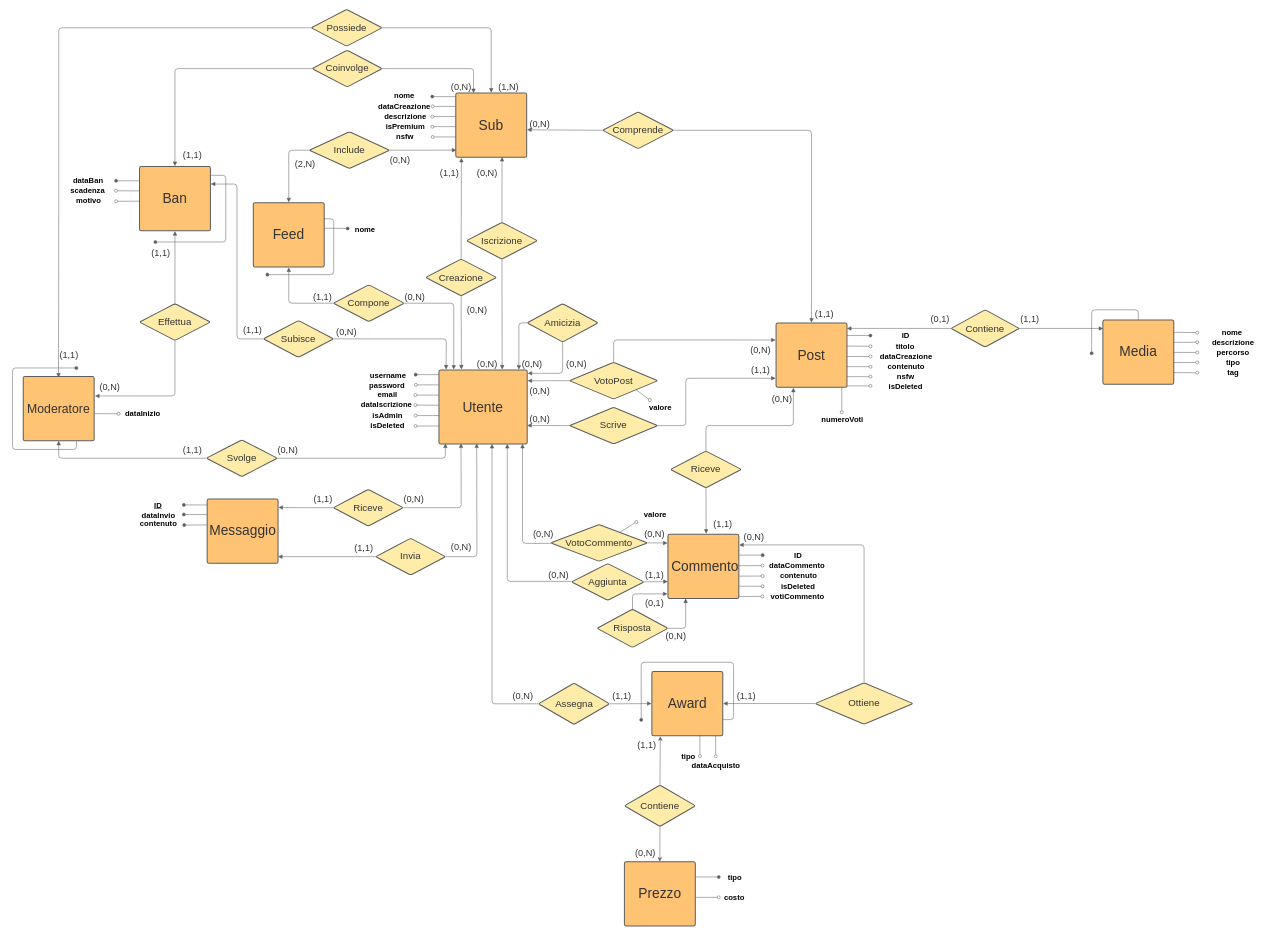
The draw.io diagram Diagramma senza titolo.drawio in LucaPolese/Leddit, before the edit. Source tidied: cells renumbered, new cells numbered last; positions are measured from the earlier drawing's top-left corner, leaving out a move shared by most shapes. Both pictures are drawn from the tidied source at 51%, with x=0, y=0 at pixel (12, 9).
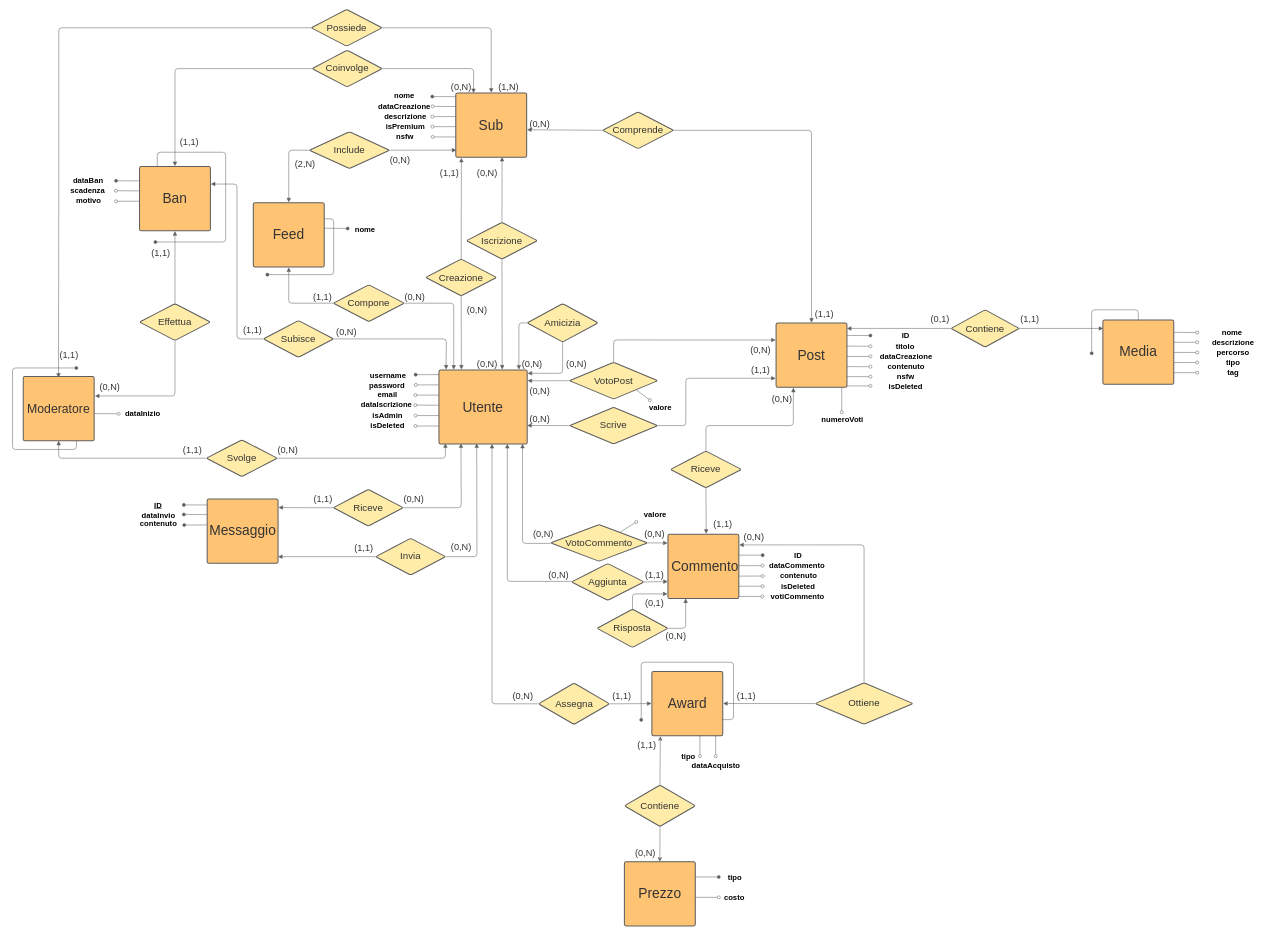
Above is the later version.

The change refers to these unchanged cells:
```xml
<mxCell id="27" value="Ban" style="html=1;overflow=block;blockSpacing=1;whiteSpace=wrap;whiteSpace=wrap;fontSize=27;fontColor=#333333;align=center;spacing=7;strokeColor=#5e5e5e;strokeOpacity=100;fillOpacity=100;rounded=1;absoluteArcSize=1;arcSize=7;fillColor=#ffc374;strokeWidth=2;" parent="1" vertex="1">
  <mxGeometry x="249.1" y="308" width="139" height="126" as="geometry" />
</mxCell>
```

What changed in the source:
```diff
@@
-    <mxCell id="122" value="(1,1)" style="html=1;overflow=block;blockSpacing=1;whiteSpace=wrap;strokeColor=none;fillColor=none;whiteSpace=wrap;fontSize=18;fontColor=#333333;align=center;spacing=0;strokeOpacity=100;fillOpacity=100;rounded=1;absoluteArcSize=1;arcSize=7;strokeWidth=2;" parent="1" vertex="1">
-      <mxGeometry x="332.1" y="273" width="42" height="25" as="geometry" />
+    <mxCell id="122" value="(1,1)" style="html=1;overflow=block;blockSpacing=1;whiteSpace=wrap;strokeColor=none;fillColor=none;whiteSpace=wrap;fontSize=18;fontColor=#333333;align=center;spacing=0;strokeOpacity=100;fillOpacity=100;rounded=1;absoluteArcSize=1;arcSize=39;strokeWidth=2;" parent="1" vertex="1">
+      <mxGeometry x="326" y="248" width="42" height="25" as="geometry" />
     </mxCell>
@@
-    <mxCell id="183" style="html=1;jettySize=18;whiteSpace=wrap;fontSize=11;strokeColor=#5E5E5E;rounded=1;arcSize=12;edgeStyle=orthogonalEdgeStyle;startArrow=none;endArrow=oval;endFill=1;exitX=1.003;exitY=0.137;exitDx=0;exitDy=0;exitPerimeter=0;" parent="1" edge="1" source="27">
+    <mxCell id="183" style="html=1;jettySize=18;whiteSpace=wrap;fontSize=11;strokeColor=#5E5E5E;rounded=1;arcSize=12;edgeStyle=orthogonalEdgeStyle;startArrow=none;endArrow=oval;endFill=1;exitX=0.25;exitY=0;exitDx=0;exitDy=0;" parent="1" edge="1" source="27">
       <mxGeometry relative="1" as="geometry">
         <mxPoint x="280.2" y="456" as="targetPoint" />
         <Array as="points">
-          <mxPoint x="418.2" y="325" />
-          <mxPoint x="418.2" y="456" />
+          <mxPoint x="284" y="280" />
+          <mxPoint x="418" y="280" />
+          <mxPoint x="418" y="456" />
         </Array>
       </mxGeometry>
     </mxCell>
```
